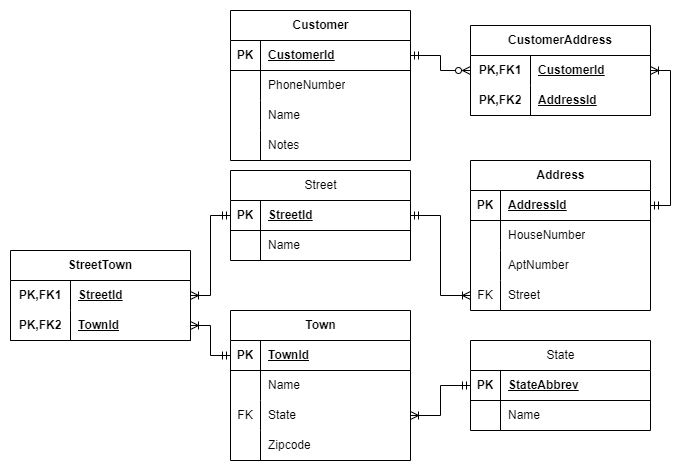
This is diagrams/CustomerERD.png from wenxie65/RestaurantTouchscreenOrderingSystem, a draw.io export, as it was before one commit. Source tidied: cells renumbered, new cells last; positions are measured from the earlier drawing's top-left corner, leaving out a move shared by most shapes.
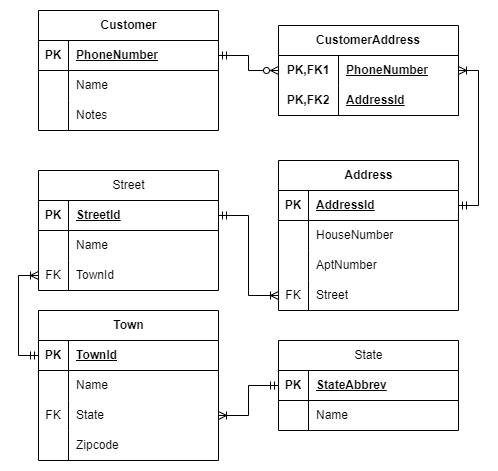
The same diagram one commit later.

Commit message:
Update customer database structure

Diff of the diagram source:
```diff
@@ -66,7 +66,7 @@
       <mxGeometry relative="1" as="geometry" />
     </mxCell>
     <mxCell id="23" value="Street" style="shape=table;startSize=30;rowLines=0;fontStyle=0;align=center;html=1;" parent="1" vertex="1">
-      <mxGeometry x="220" y="160" width="180" height="90" as="geometry" />
+      <mxGeometry x="220" y="160" width="180" height="120" as="geometry" />
     </mxCell>
     <mxCell id="24" style="shape=tableRow;horizontal=0;startSize=0;swimlaneHead=0;swimlaneBody=0;fillColor=none;points=[[0,0.5],[1,0.5]];portConstraint=eastwest;top=0;left=0;right=0;bottom=1;" parent="23" vertex="1">
       <mxGeometry y="30" width="180" height="30" as="geometry" />
@@ -86,6 +86,15 @@
     <mxCell id="29" value="Name" style="shape=partialRectangle;fillColor=none;top=0;left=0;bottom=0;right=0;align=left;spacingLeft=6;overflow=hidden;whiteSpace=wrap;html=1;fontStyle=0;" parent="27" vertex="1">
       <mxGeometry x="30" width="150" height="30" as="geometry" />
     </mxCell>
+    <mxCell id="75" style="shape=tableRow;horizontal=0;startSize=0;swimlaneHead=0;swimlaneBody=0;fillColor=none;points=[[0,0.5],[1,0.5]];portConstraint=eastwest;top=0;left=0;right=0;bottom=0;" parent="23" vertex="1">
+      <mxGeometry y="90" width="180" height="30" as="geometry" />
+    </mxCell>
+    <mxCell id="76" value="FK" style="shape=partialRectangle;fillColor=none;top=0;left=0;bottom=0;right=0;overflow=hidden;whiteSpace=wrap;html=1;" parent="75" vertex="1">
+      <mxGeometry width="30" height="30" as="geometry" />
+    </mxCell>
+    <mxCell id="72" value="TownId" style="shape=partialRectangle;fillColor=none;top=0;left=0;bottom=0;right=0;align=left;spacingLeft=6;overflow=hidden;whiteSpace=wrap;html=1;fontStyle=0;" parent="75" vertex="1">
+      <mxGeometry x="30" width="150" height="30" as="geometry" />
+    </mxCell>
     <mxCell id="30" value="Address" style="shape=table;startSize=30;rowLines=0;fontStyle=1;align=center;html=1;" parent="1" vertex="1">
       <mxGeometry x="460" y="150" width="180" height="150" as="geometry" />
     </mxCell>
@@ -129,7 +138,7 @@
       <mxGeometry relative="1" as="geometry" />
     </mxCell>
     <mxCell id="44" value="Customer" style="shape=table;startSize=30;rowLines=0;fontStyle=1;align=center;html=1;" parent="1" vertex="1">
-      <mxGeometry x="220" width="180" height="150" as="geometry" />
+      <mxGeometry x="220" width="180" height="120" as="geometry" />
     </mxCell>
     <mxCell id="45" style="shape=tableRow;horizontal=0;startSize=0;swimlaneHead=0;swimlaneBody=0;fillColor=none;points=[[0,0.5],[1,0.5]];portConstraint=eastwest;top=0;left=0;right=0;bottom=1;" parent="44" vertex="1">
       <mxGeometry y="30" width="180" height="30" as="geometry" />
@@ -137,20 +146,11 @@
     <mxCell id="46" value="PK" style="shape=partialRectangle;fillColor=none;top=0;left=0;bottom=0;right=0;fontStyle=1;overflow=hidden;whiteSpace=wrap;html=1;" parent="45" vertex="1">
       <mxGeometry width="30" height="30" as="geometry" />
     </mxCell>
-    <mxCell id="47" value="&lt;span style=&quot;text-align: center; text-wrap: nowrap;&quot;&gt;CustomerId&lt;/span&gt;" style="shape=partialRectangle;fillColor=none;top=0;left=0;bottom=0;right=0;align=left;spacingLeft=6;fontStyle=5;overflow=hidden;whiteSpace=wrap;html=1;" parent="45" vertex="1">
+    <mxCell id="47" value="&lt;span style=&quot;text-align: center; text-wrap: nowrap;&quot;&gt;PhoneNumber&lt;/span&gt;" style="shape=partialRectangle;fillColor=none;top=0;left=0;bottom=0;right=0;align=left;spacingLeft=6;fontStyle=5;overflow=hidden;whiteSpace=wrap;html=1;" parent="45" vertex="1">
       <mxGeometry x="30" width="150" height="30" as="geometry" />
     </mxCell>
-    <mxCell id="48" style="shape=tableRow;horizontal=0;startSize=0;swimlaneHead=0;swimlaneBody=0;fillColor=none;top=0;left=0;right=0;bottom=0;" parent="44" vertex="1">
-      <mxGeometry y="60" width="180" height="30" as="geometry" />
-    </mxCell>
-    <mxCell id="49" style="shape=partialRectangle;fillColor=none;top=0;left=0;bottom=0;right=0;overflow=hidden;whiteSpace=wrap;html=1;" parent="48" vertex="1">
-      <mxGeometry width="30" height="30" as="geometry" />
-    </mxCell>
-    <mxCell id="50" value="PhoneNumber" style="shape=partialRectangle;fillColor=none;top=0;left=0;bottom=0;right=0;align=left;spacingLeft=6;overflow=hidden;whiteSpace=wrap;html=1;fontStyle=0;" parent="48" vertex="1">
-      <mxGeometry x="30" width="150" height="30" as="geometry" />
-    </mxCell>
     <mxCell id="51" style="shape=tableRow;horizontal=0;startSize=0;swimlaneHead=0;swimlaneBody=0;fillColor=none;top=0;left=0;right=0;bottom=0;" parent="44" vertex="1">
-      <mxGeometry y="90" width="180" height="30" as="geometry" />
+      <mxGeometry y="60" width="180" height="30" as="geometry" />
     </mxCell>
     <mxCell id="52" style="shape=partialRectangle;fillColor=none;top=0;left=0;bottom=0;right=0;overflow=hidden;whiteSpace=wrap;html=1;" parent="51" vertex="1">
       <mxGeometry width="30" height="30" as="geometry" />
@@ -159,7 +159,7 @@
       <mxGeometry x="30" width="150" height="30" as="geometry" />
     </mxCell>
     <mxCell id="54" style="shape=tableRow;horizontal=0;startSize=0;swimlaneHead=0;swimlaneBody=0;fillColor=none;top=0;left=0;right=0;bottom=0;" parent="44" vertex="1">
-      <mxGeometry y="120" width="180" height="30" as="geometry" />
+      <mxGeometry y="90" width="180" height="30" as="geometry" />
     </mxCell>
     <mxCell id="55" style="shape=partialRectangle;fillColor=none;top=0;left=0;bottom=0;right=0;overflow=hidden;whiteSpace=wrap;html=1;" parent="54" vertex="1">
       <mxGeometry width="30" height="30" as="geometry" />
@@ -176,7 +176,7 @@
     <mxCell id="59" value="PK,FK1" style="shape=partialRectangle;fillColor=none;top=0;left=0;bottom=0;right=0;fontStyle=1;overflow=hidden;html=1;whiteSpace=wrap;" parent="58" vertex="1">
       <mxGeometry width="60" height="30" as="geometry" />
     </mxCell>
-    <mxCell id="60" value="CustomerId" style="shape=partialRectangle;fillColor=none;top=0;left=0;bottom=0;right=0;align=left;spacingLeft=6;fontStyle=5;overflow=hidden;html=1;whiteSpace=wrap;" parent="58" vertex="1">
+    <mxCell id="60" value="PhoneNumber" style="shape=partialRectangle;fillColor=none;top=0;left=0;bottom=0;right=0;align=left;spacingLeft=6;fontStyle=5;overflow=hidden;html=1;whiteSpace=wrap;" parent="58" vertex="1">
       <mxGeometry x="60" width="120" height="30" as="geometry" />
     </mxCell>
     <mxCell id="61" style="shape=tableRow;horizontal=0;startSize=0;swimlaneHead=0;swimlaneBody=0;fillColor=none;top=0;left=0;right=0;bottom=1;html=1;" parent="57" vertex="1">
@@ -194,32 +194,8 @@
     <mxCell id="65" style="edgeStyle=orthogonalEdgeStyle;rounded=0;jettySize=auto;html=1;exitX=1;exitY=0.5;exitDx=0;exitDy=0;entryX=1;entryY=0.5;entryDx=0;entryDy=0;startArrow=ERmandOne;startFill=0;endArrow=ERoneToMany;endFill=0;" parent="1" edge="1" source="31" target="58">
       <mxGeometry relative="1" as="geometry" />
     </mxCell>
-    <mxCell id="66" value="StreetTown" style="shape=table;startSize=30;rowLines=0;fontStyle=1;align=center;html=1;whiteSpace=wrap;" parent="1" vertex="1">
-      <mxGeometry y="240" width="180" height="90" as="geometry" />
-    </mxCell>
-    <mxCell id="67" style="shape=tableRow;horizontal=0;startSize=0;swimlaneHead=0;swimlaneBody=0;fillColor=none;top=0;left=0;right=0;bottom=0;html=1;" parent="66" vertex="1">
-      <mxGeometry y="30" width="180" height="30" as="geometry" />
-    </mxCell>
-    <mxCell id="68" value="PK,FK1" style="shape=partialRectangle;fillColor=none;top=0;left=0;bottom=0;right=0;fontStyle=1;overflow=hidden;html=1;whiteSpace=wrap;" parent="67" vertex="1">
-      <mxGeometry width="60" height="30" as="geometry" />
-    </mxCell>
-    <mxCell id="69" value="StreetId" style="shape=partialRectangle;fillColor=none;top=0;left=0;bottom=0;right=0;align=left;spacingLeft=6;fontStyle=5;overflow=hidden;html=1;whiteSpace=wrap;" parent="67" vertex="1">
-      <mxGeometry x="60" width="120" height="30" as="geometry" />
-    </mxCell>
-    <mxCell id="70" style="shape=tableRow;horizontal=0;startSize=0;swimlaneHead=0;swimlaneBody=0;fillColor=none;points=[[0,0.5],[1,0.5]];portConstraint=eastwest;top=0;left=0;right=0;bottom=1;html=1;" parent="66" vertex="1">
-      <mxGeometry y="60" width="180" height="30" as="geometry" />
-    </mxCell>
-    <mxCell id="71" value="PK,FK2" style="shape=partialRectangle;fillColor=none;top=0;left=0;bottom=0;right=0;fontStyle=1;overflow=hidden;html=1;whiteSpace=wrap;" parent="70" vertex="1">
-      <mxGeometry width="60" height="30" as="geometry" />
-    </mxCell>
-    <mxCell id="72" value="TownId" style="shape=partialRectangle;fillColor=none;top=0;left=0;bottom=0;right=0;align=left;spacingLeft=6;fontStyle=5;overflow=hidden;html=1;whiteSpace=wrap;" parent="70" vertex="1">
-      <mxGeometry x="60" width="120" height="30" as="geometry" />
-    </mxCell>
-    <mxCell id="73" style="edgeStyle=orthogonalEdgeStyle;rounded=0;jettySize=auto;html=1;exitX=0;exitY=0.5;exitDx=0;exitDy=0;entryX=1;entryY=0.5;entryDx=0;entryDy=0;startArrow=ERmandOne;startFill=0;endArrow=ERoneToMany;endFill=0;" parent="1" edge="1" source="24" target="66">
-      <mxGeometry relative="1" as="geometry" />
-    </mxCell>
-    <mxCell id="74" style="edgeStyle=orthogonalEdgeStyle;rounded=0;jettySize=auto;html=1;exitX=0;exitY=0.5;exitDx=0;exitDy=0;entryX=1;entryY=0.5;entryDx=0;entryDy=0;endArrow=ERoneToMany;endFill=0;startArrow=ERmandOne;startFill=0;" parent="1" edge="1" source="3" target="70">
-      <mxGeometry relative="1" as="geometry" />
-    </mxCell>
+    <mxCell id="77" style="edgeStyle=orthogonalEdgeStyle;rounded=0;jettySize=auto;html=1;exitX=0;exitY=0.5;exitDx=0;exitDy=0;entryX=0;entryY=0.5;entryDx=0;entryDy=0;startArrow=ERmandOne;startFill=0;endArrow=ERoneToMany;endFill=0;" parent="1" edge="1" source="3" target="75">
+      <mxGeometry relative="1" as="geometry" />
+    </mxCell>
   </root>
 </mxGraphModel>
```
